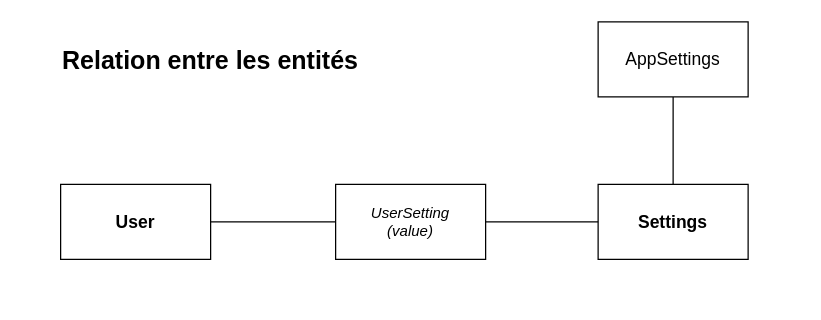
This is doc/NCISettings.drawio from ncisrc/laravel-settings, a draw.io file, before an edit. Source tidied: cells renumbered, new cells numbered last; positions are measured from the earlier drawing's top-left corner, leaving out a move shared by most shapes. Both pictures are drawn from the tidied source at 125%, with x=0, y=0 at pixel (48, 21).
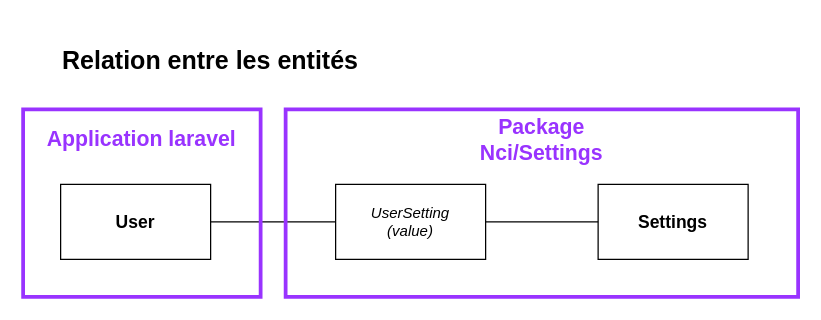
After the change.

The edit, as a diff of the source:
```diff
@@
 <mxGraphModel>
   <root>
     <mxCell id="0" />
     <mxCell id="1" parent="0" />
     <mxCell id="2" style="edgeStyle=none;html=1;exitX=1;exitY=0.5;exitDx=0;exitDy=0;entryX=0;entryY=0.5;entryDx=0;entryDy=0;endArrow=none;endFill=0;" parent="1" edge="1" source="3" target="7">
       <mxGeometry relative="1" as="geometry" />
     </mxCell>
     <mxCell id="3" value="&lt;b&gt;&lt;font style=&quot;font-size: 14px&quot;&gt;User&lt;/font&gt;&lt;/b&gt;" style="rounded=0;whiteSpace=wrap;html=1;" parent="1" vertex="1">
       <mxGeometry x="10" y="130" width="120" height="60" as="geometry" />
     </mxCell>
-    <mxCell id="4" style="edgeStyle=none;html=1;exitX=0.5;exitY=0;exitDx=0;exitDy=0;entryX=0.5;entryY=1;entryDx=0;entryDy=0;endArrow=none;endFill=0;" parent="1" edge="1" source="5" target="8">
-      <mxGeometry relative="1" as="geometry" />
-    </mxCell>
     <mxCell id="5" value="&lt;b&gt;&lt;font style=&quot;font-size: 14px&quot;&gt;Settings&lt;br&gt;&lt;/font&gt;&lt;/b&gt;" style="rounded=0;whiteSpace=wrap;html=1;" parent="1" vertex="1">
       <mxGeometry x="440" y="130" width="120" height="60" as="geometry" />
     </mxCell>
     <mxCell id="6" style="edgeStyle=none;html=1;exitX=1;exitY=0.5;exitDx=0;exitDy=0;endArrow=none;endFill=0;" parent="1" edge="1" source="7">
       <mxGeometry relative="1" as="geometry">
         <mxPoint x="440" y="160" as="targetPoint" />
       </mxGeometry>
     </mxCell>
     <mxCell id="7" value="&lt;i&gt;UserSetting&lt;br&gt;(value)&lt;br&gt;&lt;/i&gt;" style="rounded=0;whiteSpace=wrap;html=1;" parent="1" vertex="1">
       <mxGeometry x="230" y="130" width="120" height="60" as="geometry" />
     </mxCell>
-    <mxCell id="8" value="&lt;span style=&quot;font-size: 14px&quot;&gt;AppSettings&lt;/span&gt;" style="rounded=0;whiteSpace=wrap;html=1;" parent="1" vertex="1">
-      <mxGeometry x="440" width="120" height="60" as="geometry" />
-    </mxCell>
     <mxCell id="9" value="Relation entre les entités" style="text;html=1;strokeColor=none;fillColor=none;align=center;verticalAlign=middle;whiteSpace=wrap;rounded=0;fontStyle=1;fontSize=20;" parent="1" vertex="1">
       <mxGeometry y="15" width="260" height="30" as="geometry" />
     </mxCell>
+    <mxCell id="10" style="rounded=0;whiteSpace=wrap;html=1;fillColor=none;fontColor=#ffffff;strokeColor=#9933FF;strokeWidth=3;" parent="1" vertex="1">
+      <mxGeometry x="190" y="70" width="410" height="150" as="geometry" />
+    </mxCell>
+    <mxCell id="11" value="Package Nci/Settings" style="text;html=1;strokeColor=none;fillColor=none;align=center;verticalAlign=middle;whiteSpace=wrap;rounded=0;fontColor=#9933FF;fontStyle=1;fontSize=17;" parent="1" vertex="1">
+      <mxGeometry x="315" y="80" width="160" height="30" as="geometry" />
+    </mxCell>
+    <mxCell id="12" style="rounded=0;whiteSpace=wrap;html=1;fontSize=17;fontColor=#9933FF;strokeColor=#9933FF;strokeWidth=3;fillColor=none;" parent="1" vertex="1">
+      <mxGeometry x="-20" y="70" width="190" height="150" as="geometry" />
+    </mxCell>
+    <mxCell id="13" value="Application laravel" style="text;html=1;strokeColor=none;fillColor=none;align=center;verticalAlign=middle;whiteSpace=wrap;rounded=0;fontColor=#9933FF;fontStyle=1;fontSize=17;" parent="1" vertex="1">
+      <mxGeometry x="-5" y="80" width="160" height="30" as="geometry" />
+    </mxCell>
   </root>
 </mxGraphModel>
```
